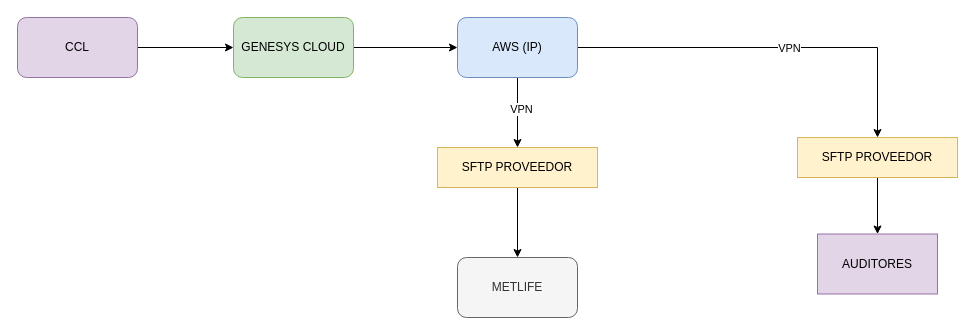
Before: Diagrama sin título.drawio in nonate/personalProject, a draw.io diagram. Source tidied: cells renumbered, new cells numbered last; positions are measured from the earlier drawing's top-left corner, leaving out a move shared by most shapes. Both pictures are drawn from the tidied source at 100%, with x=0, y=0 at pixel (17, 17).
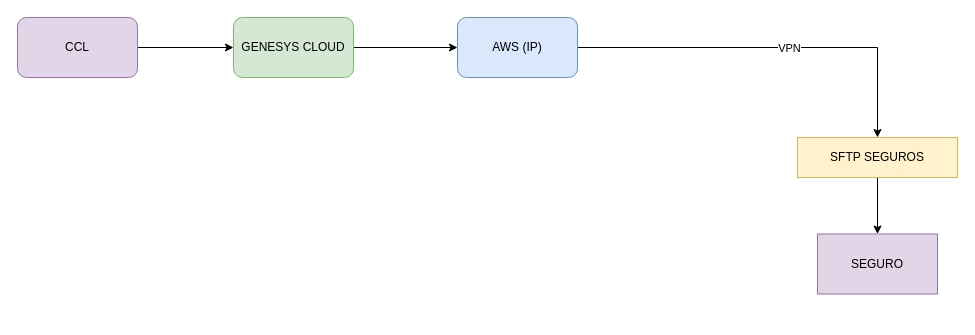
The same diagram, later.

What changed in the source:
```diff
@@
 <mxGraphModel>
   <root>
     <mxCell id="0" />
     <mxCell id="1" parent="0" />
-    <mxCell id="2" style="edgeStyle=orthogonalEdgeStyle;rounded=0;jettySize=auto;html=1;" parent="1" edge="1" source="3" target="4">
-      <mxGeometry relative="1" as="geometry" />
-    </mxCell>
-    <mxCell id="3" value="SFTP PROVEEDOR" style="rounded=0;whiteSpace=wrap;html=1;fillColor=#fff2cc;strokeColor=#d6b656;gradientColor=none;" parent="1" vertex="1">
-      <mxGeometry x="420" y="130" width="160" height="40" as="geometry" />
-    </mxCell>
-    <mxCell id="4" value="METLIFE" style="rounded=1;whiteSpace=wrap;html=1;fillColor=#f5f5f5;fontColor=#333333;strokeColor=#666666;" parent="1" vertex="1">
-      <mxGeometry x="440" y="240" width="120" height="60" as="geometry" />
-    </mxCell>
     <mxCell id="5" style="edgeStyle=orthogonalEdgeStyle;rounded=0;jettySize=auto;html=1;" parent="1" edge="1" source="6" target="8">
       <mxGeometry relative="1" as="geometry" />
     </mxCell>
     <mxCell id="6" value="CCL" style="rounded=1;whiteSpace=wrap;html=1;fillColor=#e1d5e7;strokeColor=#9673a6;" parent="1" vertex="1">
       <mxGeometry width="120" height="60" as="geometry" />
     </mxCell>
     <mxCell id="7" style="edgeStyle=orthogonalEdgeStyle;rounded=0;jettySize=auto;html=1;" parent="1" edge="1" source="8" target="13">
       <mxGeometry relative="1" as="geometry" />
     </mxCell>
     <mxCell id="8" value="GENESYS CLOUD" style="rounded=1;whiteSpace=wrap;html=1;fillColor=#d5e8d4;strokeColor=#82b366;" parent="1" vertex="1">
       <mxGeometry x="216" width="120" height="60" as="geometry" />
     </mxCell>
-    <mxCell id="9" style="edgeStyle=orthogonalEdgeStyle;rounded=0;jettySize=auto;html=1;entryX=0.5;entryY=0;entryDx=0;entryDy=0;" parent="1" edge="1" source="13" target="3">
-      <mxGeometry relative="1" as="geometry" />
-    </mxCell>
-    <mxCell id="10" value="VPN" style="edgeLabel;html=1;align=center;verticalAlign=middle;" parent="9" vertex="1">
-      <mxGeometry x="-0.11" y="3" relative="1" as="geometry" />
-    </mxCell>
     <mxCell id="11" style="edgeStyle=orthogonalEdgeStyle;rounded=0;jettySize=auto;html=1;entryX=0.5;entryY=0;entryDx=0;entryDy=0;" parent="1" edge="1" source="13" target="16">
       <mxGeometry relative="1" as="geometry" />
     </mxCell>
     <mxCell id="12" value="VPN" style="edgeLabel;html=1;align=center;verticalAlign=middle;" parent="11" vertex="1">
       <mxGeometry x="0.08" relative="1" as="geometry" />
     </mxCell>
     <mxCell id="13" value="AWS (IP)" style="rounded=1;whiteSpace=wrap;html=1;fillColor=#dae8fc;strokeColor=#6c8ebf;" parent="1" vertex="1">
       <mxGeometry x="440" width="120" height="60" as="geometry" />
     </mxCell>
-    <mxCell id="14" value="AUDITORES" style="rounded=0;whiteSpace=wrap;html=1;fillColor=#e1d5e7;strokeColor=#9673a6;" parent="1" vertex="1">
+    <mxCell id="14" value="SEGURO" style="rounded=0;whiteSpace=wrap;html=1;fillColor=#e1d5e7;strokeColor=#9673a6;" parent="1" vertex="1">
       <mxGeometry x="800" y="216.5" width="120" height="60" as="geometry" />
     </mxCell>
     <mxCell id="15" style="edgeStyle=orthogonalEdgeStyle;rounded=0;jettySize=auto;html=1;" parent="1" edge="1" source="16" target="14">
       <mxGeometry relative="1" as="geometry" />
     </mxCell>
-    <mxCell id="16" value="SFTP PROVEEDOR" style="rounded=0;whiteSpace=wrap;html=1;fillColor=#fff2cc;strokeColor=#d6b656;gradientColor=none;" parent="1" vertex="1">
+    <mxCell id="16" value="SFTP SEGUROS" style="rounded=0;whiteSpace=wrap;html=1;fillColor=#fff2cc;strokeColor=#d6b656;gradientColor=none;" parent="1" vertex="1">
       <mxGeometry x="780" y="120" width="160" height="40" as="geometry" />
     </mxCell>
   </root>
 </mxGraphModel>
```
